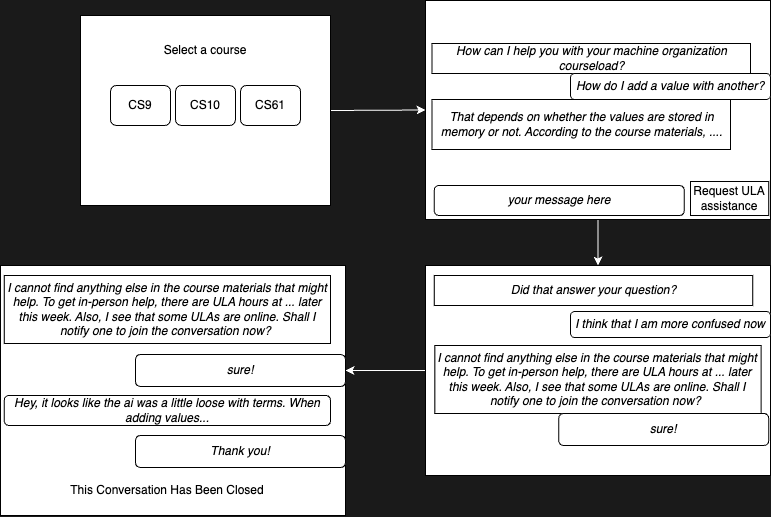
Before: project-plan/student-interaction.png, a diagram exported from draw.io (joshua-zingale/ucr-chatbot-pathway-program). Source tidied: cells renumbered, new cells last; positions are measured from the earlier drawing's top-left corner, leaving out a move shared by most shapes. Source of this version:
```xml
<mxGraphModel background="#1A1A1A">
  <root>
    <mxCell id="0" />
    <mxCell id="1" parent="0" />
    <mxCell id="2" style="edgeStyle=none;html=1;exitX=1;exitY=0.5;exitDx=0;exitDy=0;entryX=0;entryY=0.5;entryDx=0;entryDy=0;fillColor=#FFFFFF;strokeColor=#FFFFFF;" parent="1" edge="1" source="3" target="9">
      <mxGeometry relative="1" as="geometry" />
    </mxCell>
    <mxCell id="3" style="rounded=0;whiteSpace=wrap;html=1;" parent="1" vertex="1">
      <mxGeometry x="80" y="15" width="250" height="190" as="geometry" />
    </mxCell>
    <mxCell id="4" value="Select a course" style="text;html=1;align=center;verticalAlign=middle;whiteSpace=wrap;rounded=0;" parent="1" vertex="1">
      <mxGeometry x="135" y="35" width="140" height="30" as="geometry" />
    </mxCell>
    <mxCell id="5" value="CS9" style="rounded=1;whiteSpace=wrap;html=1;" parent="1" vertex="1">
      <mxGeometry x="110" y="85" width="60" height="40" as="geometry" />
    </mxCell>
    <mxCell id="6" value="CS10" style="rounded=1;whiteSpace=wrap;html=1;" parent="1" vertex="1">
      <mxGeometry x="175" y="85" width="60" height="40" as="geometry" />
    </mxCell>
    <mxCell id="7" value="CS61" style="rounded=1;whiteSpace=wrap;html=1;" parent="1" vertex="1">
      <mxGeometry x="240" y="85" width="60" height="40" as="geometry" />
    </mxCell>
    <mxCell id="8" style="edgeStyle=none;html=1;exitX=0.5;exitY=1;exitDx=0;exitDy=0;entryX=0.5;entryY=0;entryDx=0;entryDy=0;fillColor=#FFFFFF;strokeColor=#FFFFFF;" parent="1" edge="1" source="9" target="14">
      <mxGeometry relative="1" as="geometry" />
    </mxCell>
    <mxCell id="9" style="rounded=0;whiteSpace=wrap;html=1;" parent="1" vertex="1">
      <mxGeometry x="425" width="345" height="219" as="geometry" />
    </mxCell>
    <mxCell id="10" value="&lt;i&gt;How can I help you with your machine organization courseload?&lt;/i&gt;" style="rounded=0;whiteSpace=wrap;html=1;" parent="1" vertex="1">
      <mxGeometry x="431.5" y="43" width="318.5" height="30" as="geometry" />
    </mxCell>
    <mxCell id="11" value="&lt;i&gt;How do I add a value with another?&lt;/i&gt;" style="rounded=1;whiteSpace=wrap;html=1;" parent="1" vertex="1">
      <mxGeometry x="570" y="73" width="200" height="26" as="geometry" />
    </mxCell>
    <mxCell id="12" value="&lt;i&gt;That depends on whether the values are stored in memory or not. According to the course materials, ....&lt;/i&gt;" style="rounded=0;whiteSpace=wrap;html=1;" parent="1" vertex="1">
      <mxGeometry x="431.5" y="99" width="298.5" height="50" as="geometry" />
    </mxCell>
    <mxCell id="13" style="edgeStyle=none;html=1;exitX=0;exitY=0.5;exitDx=0;exitDy=0;entryX=1;entryY=0.5;entryDx=0;entryDy=0;fillColor=#FFFFFF;strokeColor=#FFFFFF;" parent="1" edge="1" source="14" target="24">
      <mxGeometry relative="1" as="geometry" />
    </mxCell>
    <mxCell id="14" style="rounded=0;whiteSpace=wrap;html=1;" parent="1" vertex="1">
      <mxGeometry x="425" y="265" width="345" height="210" as="geometry" />
    </mxCell>
    <mxCell id="15" value="&lt;i&gt;your message here&lt;/i&gt;" style="rounded=1;whiteSpace=wrap;html=1;" parent="1" vertex="1">
      <mxGeometry x="433.8" y="185" width="250" height="30" as="geometry" />
    </mxCell>
    <mxCell id="16" value="Request ULA assistance" style="rounded=0;whiteSpace=wrap;html=1;" parent="1" vertex="1">
      <mxGeometry x="690" y="181" width="78.2" height="34" as="geometry" />
    </mxCell>
    <mxCell id="17" value="&lt;i&gt;I think that I am more confused now&lt;/i&gt;" style="rounded=1;whiteSpace=wrap;html=1;" parent="1" vertex="1">
      <mxGeometry x="570" y="311" width="200" height="26" as="geometry" />
    </mxCell>
    <mxCell id="18" value="&lt;i&gt;Did that answer your question?&lt;/i&gt;" style="rounded=0;whiteSpace=wrap;html=1;" parent="1" vertex="1">
      <mxGeometry x="433.8" y="275" width="318.5" height="30" as="geometry" />
    </mxCell>
    <mxCell id="19" value="&lt;i&gt;I cannot find anything else in the course materials that might help. To get in-person help, there are ULA hours at ... later this week. Also, I see that some ULAs are online. Shall I notify one to join the conversation now?&amp;nbsp;&lt;/i&gt;" style="rounded=0;whiteSpace=wrap;html=1;" parent="1" vertex="1">
      <mxGeometry x="434.4" y="345" width="326.2" height="68" as="geometry" />
    </mxCell>
    <mxCell id="20" value="&lt;i&gt;sure!&lt;/i&gt;" style="rounded=1;whiteSpace=wrap;html=1;" parent="1" vertex="1">
      <mxGeometry x="558.2" y="413" width="210" height="32" as="geometry" />
    </mxCell>
    <mxCell id="21" style="rounded=0;whiteSpace=wrap;html=1;" parent="1" vertex="1">
      <mxGeometry y="265" width="345" height="250" as="geometry" />
    </mxCell>
    <mxCell id="22" value="&lt;i&gt;Hey, it looks like the ai was a little loose with terms. When adding values...&lt;/i&gt;" style="rounded=1;whiteSpace=wrap;html=1;" parent="1" vertex="1">
      <mxGeometry x="3.8" y="395" width="326.2" height="30" as="geometry" />
    </mxCell>
    <mxCell id="23" value="&lt;i&gt;I cannot find anything else in the course materials that might help. To get in-person help, there are ULA hours at ... later this week. Also, I see that some ULAs are online. Shall I notify one to join the conversation now?&amp;nbsp;&lt;/i&gt;" style="rounded=0;whiteSpace=wrap;html=1;" parent="1" vertex="1">
      <mxGeometry x="3.8" y="275" width="326.2" height="68" as="geometry" />
    </mxCell>
    <mxCell id="24" value="&lt;i&gt;sure!&lt;/i&gt;" style="rounded=1;whiteSpace=wrap;html=1;" parent="1" vertex="1">
      <mxGeometry x="135" y="354" width="210" height="32" as="geometry" />
    </mxCell>
    <mxCell id="25" value="&lt;i&gt;Thank you!&lt;/i&gt;" style="rounded=1;whiteSpace=wrap;html=1;" parent="1" vertex="1">
      <mxGeometry x="135" y="435" width="210" height="32" as="geometry" />
    </mxCell>
    <mxCell id="26" value="This Conversation Has Been Closed" style="text;html=1;align=center;verticalAlign=middle;whiteSpace=wrap;rounded=0;" parent="1" vertex="1">
      <mxGeometry x="51.9" y="475" width="230" height="30" as="geometry" />
    </mxCell>
  </root>
</mxGraphModel>
```
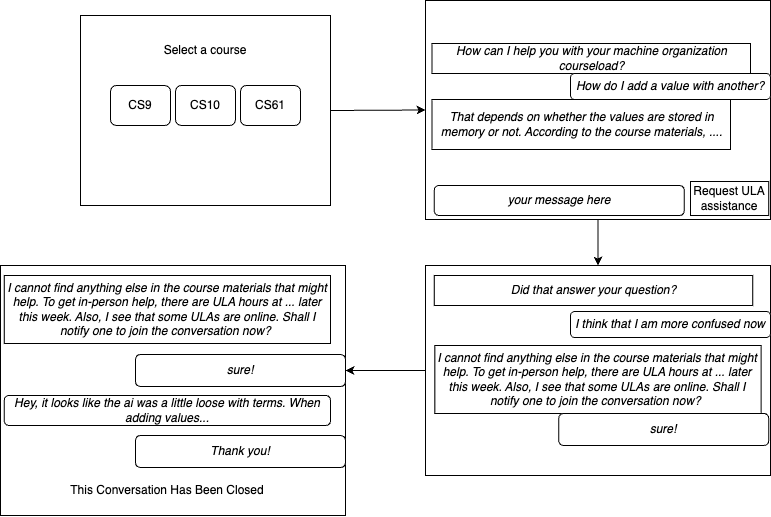
Above is the later version.

Change to the diagram source:
```diff
@@ -1,8 +1,8 @@
-<mxGraphModel background="#1A1A1A">
+<mxGraphModel background="#FFFFFF">
   <root>
     <mxCell id="0" />
     <mxCell id="1" parent="0" />
-    <mxCell id="2" style="edgeStyle=none;html=1;exitX=1;exitY=0.5;exitDx=0;exitDy=0;entryX=0;entryY=0.5;entryDx=0;entryDy=0;fillColor=#FFFFFF;strokeColor=#FFFFFF;" parent="1" edge="1" source="3" target="9">
+    <mxCell id="2" style="edgeStyle=none;html=1;exitX=1;exitY=0.5;exitDx=0;exitDy=0;entryX=0;entryY=0.5;entryDx=0;entryDy=0;" parent="1" edge="1" source="3" target="9">
       <mxGeometry relative="1" as="geometry" />
     </mxCell>
     <mxCell id="3" style="rounded=0;whiteSpace=wrap;html=1;" parent="1" vertex="1">
@@ -20,7 +20,7 @@
     <mxCell id="7" value="CS61" style="rounded=1;whiteSpace=wrap;html=1;" parent="1" vertex="1">
       <mxGeometry x="240" y="85" width="60" height="40" as="geometry" />
     </mxCell>
-    <mxCell id="8" style="edgeStyle=none;html=1;exitX=0.5;exitY=1;exitDx=0;exitDy=0;entryX=0.5;entryY=0;entryDx=0;entryDy=0;fillColor=#FFFFFF;strokeColor=#FFFFFF;" parent="1" edge="1" source="9" target="14">
+    <mxCell id="8" style="edgeStyle=none;html=1;exitX=0.5;exitY=1;exitDx=0;exitDy=0;entryX=0.5;entryY=0;entryDx=0;entryDy=0;" parent="1" edge="1" source="9" target="14">
       <mxGeometry relative="1" as="geometry" />
     </mxCell>
     <mxCell id="9" style="rounded=0;whiteSpace=wrap;html=1;" parent="1" vertex="1">
@@ -35,7 +35,7 @@
     <mxCell id="12" value="&lt;i&gt;That depends on whether the values are stored in memory or not. According to the course materials, ....&lt;/i&gt;" style="rounded=0;whiteSpace=wrap;html=1;" parent="1" vertex="1">
       <mxGeometry x="431.5" y="99" width="298.5" height="50" as="geometry" />
     </mxCell>
-    <mxCell id="13" style="edgeStyle=none;html=1;exitX=0;exitY=0.5;exitDx=0;exitDy=0;entryX=1;entryY=0.5;entryDx=0;entryDy=0;fillColor=#FFFFFF;strokeColor=#FFFFFF;" parent="1" edge="1" source="14" target="24">
+    <mxCell id="13" style="edgeStyle=none;html=1;exitX=0;exitY=0.5;exitDx=0;exitDy=0;entryX=1;entryY=0.5;entryDx=0;entryDy=0;" parent="1" edge="1" source="14" target="24">
       <mxGeometry relative="1" as="geometry" />
     </mxCell>
     <mxCell id="14" style="rounded=0;whiteSpace=wrap;html=1;" parent="1" vertex="1">
```
